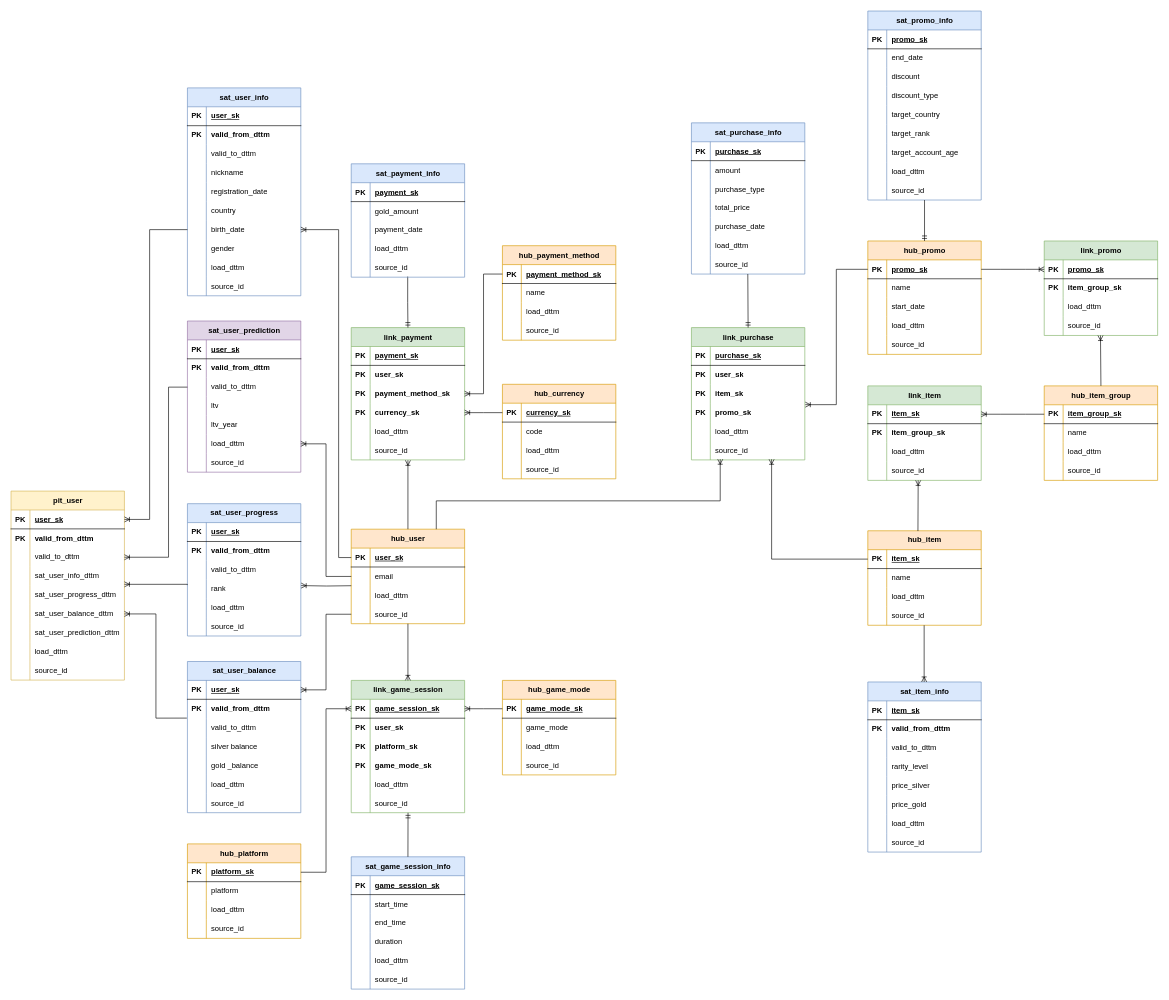
Before: projects/2_dwh/drawio/data_vault.drawio in amerkurev/hde-43, a draw.io diagram. Source tidied: cells renumbered, new cells numbered last; positions are measured from the earlier drawing's top-left corner, leaving out a move shared by most shapes. Both pictures are drawn from the tidied source at 63%, with x=0, y=0 at pixel (11, 11).
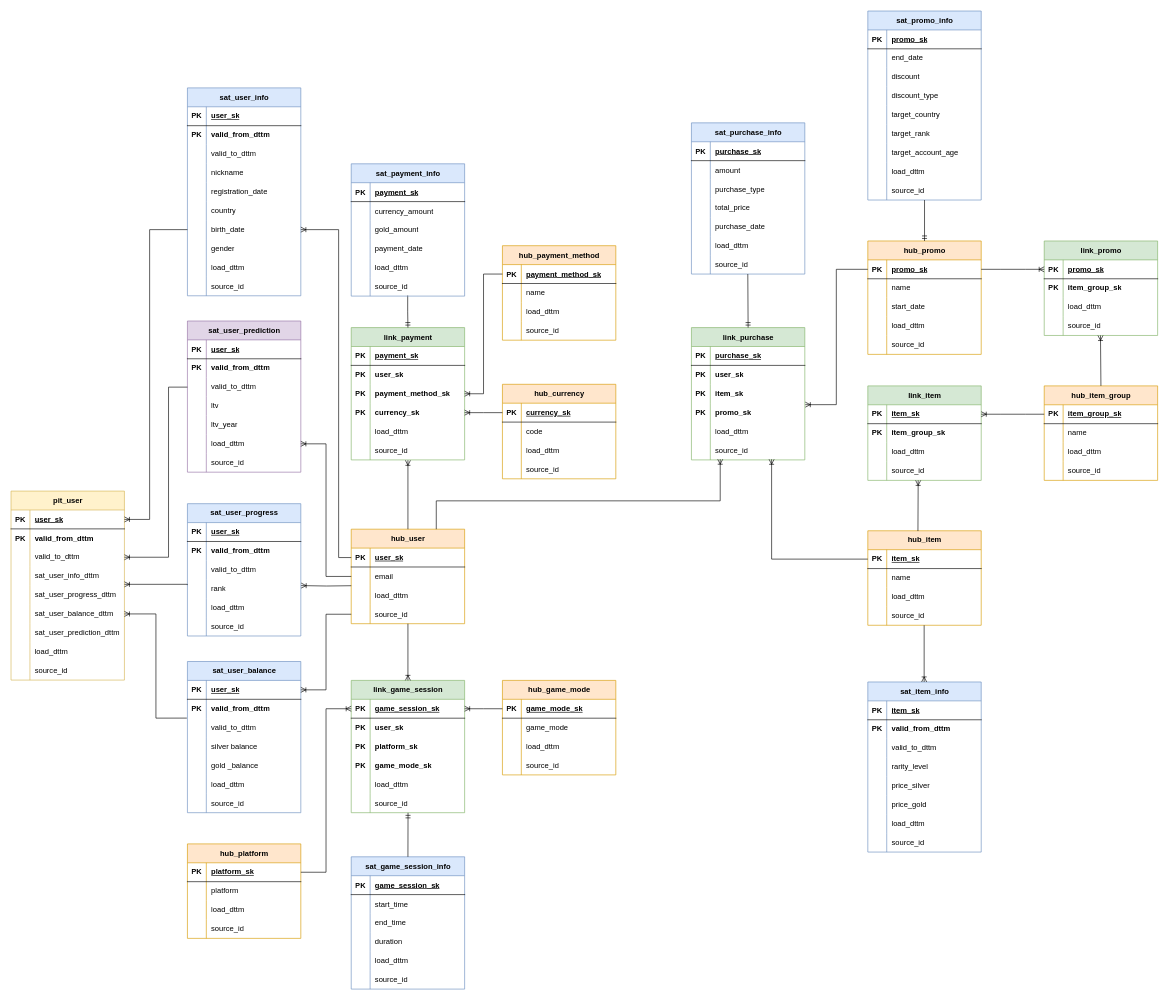
After the change.

Commit message (it also covers changes not shown here):
2_dwh: добавил схему Anchor Modeling

The change refers to these unchanged cells:
```xml
<mxCell id="113" style="shape=tableRow;horizontal=0;startSize=0;swimlaneHead=0;swimlaneBody=0;fillColor=none;top=0;left=0;right=0;bottom=0;" parent="109" vertex="1">
  <mxGeometry y="60" width="180" height="30" as="geometry" />
</mxCell>
```

The edit, as a diff of the source:
```diff
@@
     <mxCell id="109" value="sat_payment_info" style="shape=table;startSize=30;childLayout=tableLayout;rowLines=0;fontStyle=1;align=center;html=1;fillColor=#dae8fc;strokeColor=#6c8ebf;" parent="1" vertex="1">
-      <mxGeometry x="540" y="242.5" width="180" height="180" as="geometry" />
+      <mxGeometry x="540" y="242.5" width="180" height="210" as="geometry" />
     </mxCell>
@@
-    <mxCell id="115" value="gold_amount" style="shape=partialRectangle;fillColor=none;top=0;left=0;bottom=0;right=0;align=left;spacingLeft=6;overflow=hidden;whiteSpace=wrap;html=1;" parent="113" vertex="1">
+    <mxCell id="115" value="currency_amount" style="shape=partialRectangle;fillColor=none;top=0;left=0;bottom=0;right=0;align=left;spacingLeft=6;overflow=hidden;whiteSpace=wrap;html=1;" parent="113" vertex="1">
       <mxGeometry x="30" width="150" height="30" as="geometry" />
     </mxCell>
+    <mxCell id="450" style="shape=tableRow;horizontal=0;startSize=0;swimlaneHead=0;swimlaneBody=0;fillColor=none;top=0;left=0;right=0;bottom=0;" parent="109" vertex="1">
+      <mxGeometry y="90" width="180" height="30" as="geometry" />
+    </mxCell>
+    <mxCell id="451" style="shape=partialRectangle;fillColor=none;top=0;left=0;bottom=0;right=0;overflow=hidden;whiteSpace=wrap;html=1;" parent="450" vertex="1">
+      <mxGeometry width="30" height="30" as="geometry" />
+    </mxCell>
+    <mxCell id="452" value="gold_amount" style="shape=partialRectangle;fillColor=none;top=0;left=0;bottom=0;right=0;align=left;spacingLeft=6;overflow=hidden;whiteSpace=wrap;html=1;" parent="450" vertex="1">
+      <mxGeometry x="30" width="150" height="30" as="geometry" />
+    </mxCell>
     <mxCell id="116" style="shape=tableRow;horizontal=0;startSize=0;swimlaneHead=0;swimlaneBody=0;fillColor=none;top=0;left=0;right=0;bottom=0;" parent="109" vertex="1">
-      <mxGeometry y="90" width="180" height="30" as="geometry" />
+      <mxGeometry y="120" width="180" height="30" as="geometry" />
     </mxCell>
@@
     <mxCell id="119" style="shape=tableRow;horizontal=0;startSize=0;swimlaneHead=0;swimlaneBody=0;fillColor=none;top=0;left=0;right=0;bottom=0;" parent="109" vertex="1">
-      <mxGeometry y="120" width="180" height="30" as="geometry" />
+      <mxGeometry y="150" width="180" height="30" as="geometry" />
     </mxCell>
@@
     <mxCell id="122" style="shape=tableRow;horizontal=0;startSize=0;swimlaneHead=0;swimlaneBody=0;fillColor=none;points=[[0,0.5],[1,0.5]];portConstraint=eastwest;top=0;left=0;right=0;bottom=0;" parent="109" vertex="1">
-      <mxGeometry y="150" width="180" height="30" as="geometry" />
+      <mxGeometry y="180" width="180" height="30" as="geometry" />
     </mxCell>
```
